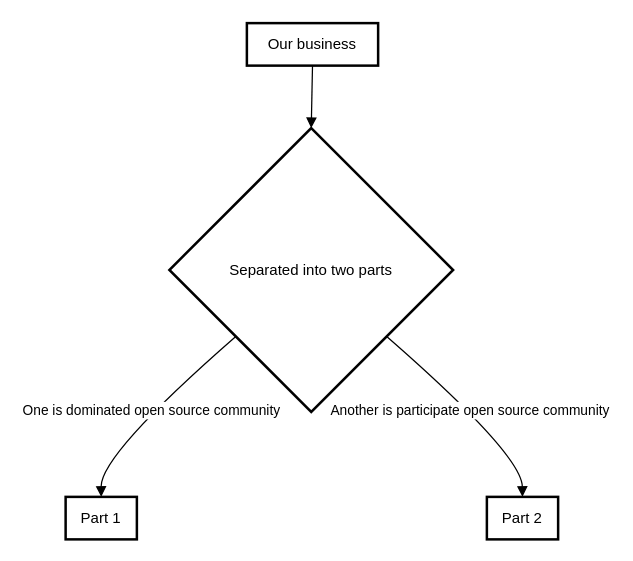
The draw.io diagram 基础设施草图.drawio in pkking/mydrawio, before the edit. Source tidied: cells renumbered, new cells numbered last; positions are measured from the earlier drawing's top-left corner, leaving out a move shared by most shapes. Both pictures are drawn from the tidied source at 125%, with x=0, y=0 at pixel (65, 22).
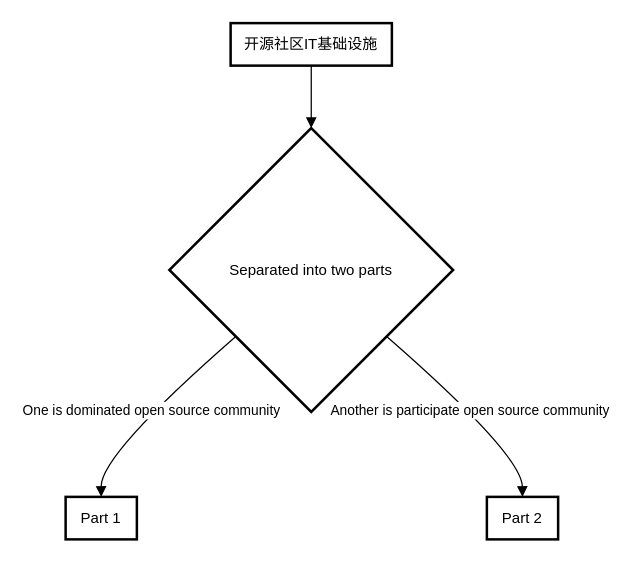
After the change.

Commit message:
更新基础设施草图.drawio

What changed in the source:
```diff
@@
 <mxGraphModel>
   <root>
     <mxCell id="0" />
     <mxCell id="1" parent="0" />
-    <mxCell id="2" value="Our business" style="whiteSpace=wrap;strokeWidth=2;" parent="1" vertex="1">
-      <mxGeometry x="145" width="105" height="34" as="geometry" />
+    <mxCell id="2" value="开源社区IT基础设施" style="whiteSpace=wrap;strokeWidth=2;" parent="1" vertex="1">
+      <mxGeometry x="132" width="129" height="34" as="geometry" />
     </mxCell>
     <mxCell id="3" value="Separated into two parts" style="rhombus;strokeWidth=2;whiteSpace=wrap;" parent="1" vertex="1">
       <mxGeometry x="83" y="84" width="227" height="227" as="geometry" />
     </mxCell>
     <mxCell id="4" value="Part 1" style="whiteSpace=wrap;strokeWidth=2;" parent="1" vertex="1">
       <mxGeometry y="379" width="57" height="34" as="geometry" />
     </mxCell>
     <mxCell id="5" value="Part 2" style="whiteSpace=wrap;strokeWidth=2;" parent="1" vertex="1">
       <mxGeometry x="337" y="379" width="57" height="34" as="geometry" />
     </mxCell>
     <mxCell id="6" style="curved=1;startArrow=none;endArrow=block;exitX=0.5;exitY=0.99;entryX=0.5;entryY=0;" parent="1" edge="1" source="2" target="3">
       <mxGeometry relative="1" as="geometry" />
     </mxCell>
     <mxCell id="7" value="One is dominated open source community" style="curved=1;startArrow=none;endArrow=block;exitX=0;exitY=0.94;entryX=0.5;entryY=0.01;" parent="1" edge="1" source="3" target="4">
       <mxGeometry relative="1" as="geometry">
         <Array as="points">
           <mxPoint x="28" y="345" />
         </Array>
       </mxGeometry>
     </mxCell>
     <mxCell id="8" value="Another is participate open source community" style="curved=1;startArrow=none;endArrow=block;exitX=1;exitY=0.94;entryX=0.5;entryY=0.01;" parent="1" edge="1" source="3" target="5">
       <mxGeometry relative="1" as="geometry">
         <Array as="points">
           <mxPoint x="365" y="345" />
         </Array>
       </mxGeometry>
     </mxCell>
   </root>
 </mxGraphModel>
```
